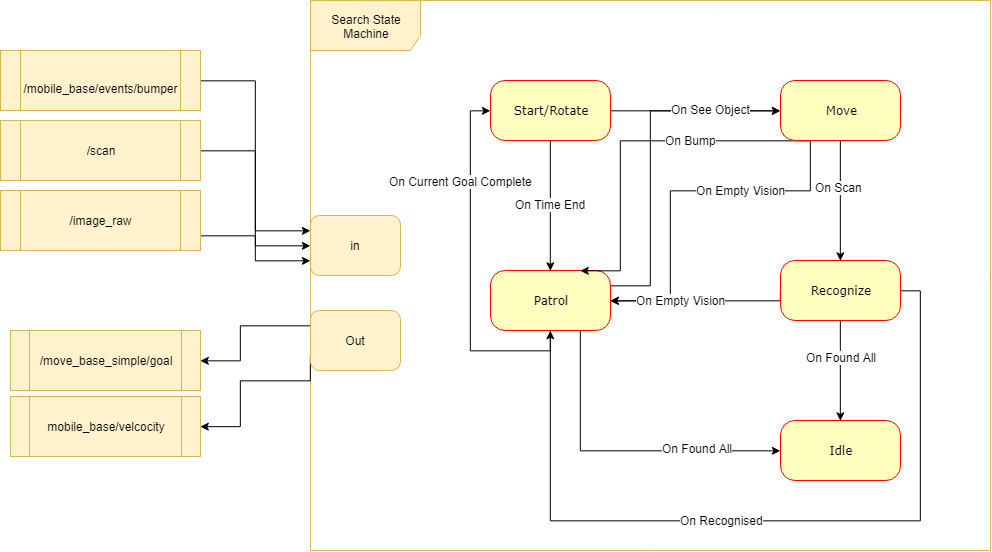
Before: Robotics State Diagram.png, a diagram exported from draw.io (bdawson1993/ROS-object-search). Source tidied: cells renumbered, new cells last; positions are measured from the earlier drawing's top-left corner, leaving out a move shared by most shapes.
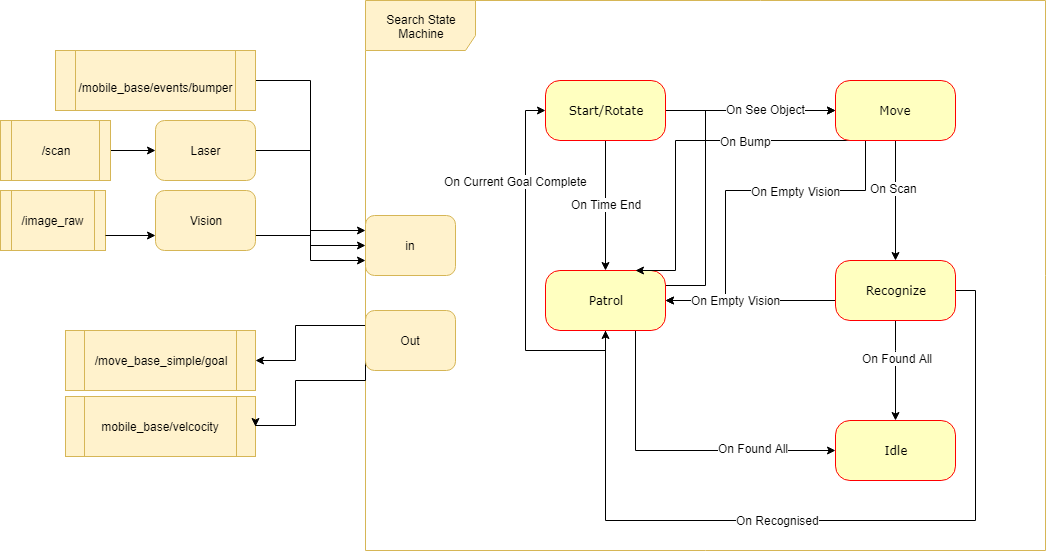
The same diagram one commit later.

What changed in the source:
```diff
@@ -16,11 +16,11 @@
     <mxCell id="4" value="On See Object" style="text;html=1;align=center;verticalAlign=middle;labelBackgroundColor=#ffffff;" parent="3" vertex="1">
       <mxGeometry x="0.18" y="2" relative="1" as="geometry" />
     </mxCell>
-    <mxCell id="5" style="edgeStyle=orthogonalEdgeStyle;rounded=0;jettySize=auto;html=1;exitX=1;exitY=0.75;exitDx=0;exitDy=0;entryX=0;entryY=0.75;entryDx=0;entryDy=0;" parent="1" edge="1" source="6" target="35">
+    <mxCell id="5" style="edgeStyle=orthogonalEdgeStyle;rounded=0;jettySize=auto;html=1;exitX=1;exitY=0.75;exitDx=0;exitDy=0;entryX=0;entryY=0.75;entryDx=0;entryDy=0;" parent="1" edge="1" source="44" target="35">
       <mxGeometry relative="1" as="geometry" />
     </mxCell>
     <mxCell id="6" value="/image_raw&lt;br&gt;" style="shape=process;whiteSpace=wrap;html=1;backgroundOutline=1;fillColor=#fff2cc;strokeColor=#d6b656;" parent="1" vertex="1">
-      <mxGeometry y="190" width="200" height="60" as="geometry" />
+      <mxGeometry x="-55" y="190" width="105" height="60" as="geometry" />
     </mxCell>
     <mxCell id="7" value="mobile_base/velcocity" style="shape=process;whiteSpace=wrap;html=1;backgroundOutline=1;fillColor=#fff2cc;strokeColor=#d6b656;" parent="1" vertex="1">
       <mxGeometry x="10" y="396" width="190" height="60" as="geometry" />
@@ -28,11 +28,11 @@
     <mxCell id="8" value="/move_base_simple/goal&lt;br&gt;" style="shape=process;whiteSpace=wrap;html=1;backgroundOutline=1;fillColor=#fff2cc;strokeColor=#d6b656;" parent="1" vertex="1">
       <mxGeometry x="10" y="330" width="190" height="60" as="geometry" />
     </mxCell>
-    <mxCell id="9" style="edgeStyle=orthogonalEdgeStyle;rounded=0;jettySize=auto;html=1;exitX=1;exitY=0.5;exitDx=0;exitDy=0;entryX=0;entryY=0.5;entryDx=0;entryDy=0;" parent="1" edge="1" source="10" target="35">
-      <mxGeometry relative="1" as="geometry" />
-    </mxCell>
+    <mxCell id="41" style="edgeStyle=orthogonalEdgeStyle;rounded=0;jettySize=auto;html=1;exitX=1;exitY=0.5;exitDx=0;exitDy=0;entryX=0;entryY=0.5;entryDx=0;entryDy=0;" parent="1" edge="1" source="10" target="43">
+      <mxGeometry relative="1" as="geometry" />
+    </mxCell>
     <mxCell id="10" value="&lt;div&gt;&lt;span&gt;/scan&lt;/span&gt;&lt;/div&gt;" style="shape=process;whiteSpace=wrap;html=1;backgroundOutline=1;fillColor=#fff2cc;strokeColor=#d6b656;" parent="1" vertex="1">
-      <mxGeometry y="120" width="200" height="60" as="geometry" />
+      <mxGeometry x="-55" y="120" width="110" height="60" as="geometry" />
     </mxCell>
     <mxCell id="11" style="edgeStyle=orthogonalEdgeStyle;rounded=0;jettySize=auto;html=1;exitX=0.5;exitY=1;exitDx=0;exitDy=0;entryX=0.5;entryY=0;entryDx=0;entryDy=0;" parent="1" edge="1" source="13" target="18">
       <mxGeometry relative="1" as="geometry" />
@@ -169,5 +169,17 @@
     <mxCell id="40" value="&lt;div&gt;&lt;br&gt;&lt;/div&gt;&lt;span&gt;/mobile_base/events/bumper&lt;/span&gt;" style="shape=process;whiteSpace=wrap;html=1;backgroundOutline=1;fillColor=#fff2cc;strokeColor=#d6b656;" parent="1" vertex="1">
       <mxGeometry y="50" width="200" height="60" as="geometry" />
     </mxCell>
+    <mxCell id="42" style="edgeStyle=orthogonalEdgeStyle;rounded=0;jettySize=auto;html=1;exitX=1;exitY=0.5;exitDx=0;exitDy=0;entryX=0;entryY=0.5;entryDx=0;entryDy=0;" parent="1" edge="1" source="43" target="35">
+      <mxGeometry relative="1" as="geometry" />
+    </mxCell>
+    <mxCell id="43" value="Laser" style="rounded=1;whiteSpace=wrap;html=1;fillColor=#fff2cc;strokeColor=#d6b656;" parent="1" vertex="1">
+      <mxGeometry x="100" y="120" width="100" height="60" as="geometry" />
+    </mxCell>
+    <mxCell id="44" value="Vision" style="rounded=1;whiteSpace=wrap;html=1;fillColor=#fff2cc;strokeColor=#d6b656;" parent="1" vertex="1">
+      <mxGeometry x="100" y="190" width="100" height="60" as="geometry" />
+    </mxCell>
+    <mxCell id="45" style="edgeStyle=orthogonalEdgeStyle;rounded=0;jettySize=auto;html=1;exitX=1;exitY=0.75;exitDx=0;exitDy=0;entryX=0;entryY=0.75;entryDx=0;entryDy=0;" parent="1" edge="1" source="6" target="44">
+      <mxGeometry relative="1" as="geometry" />
+    </mxCell>
   </root>
 </mxGraphModel>
```
